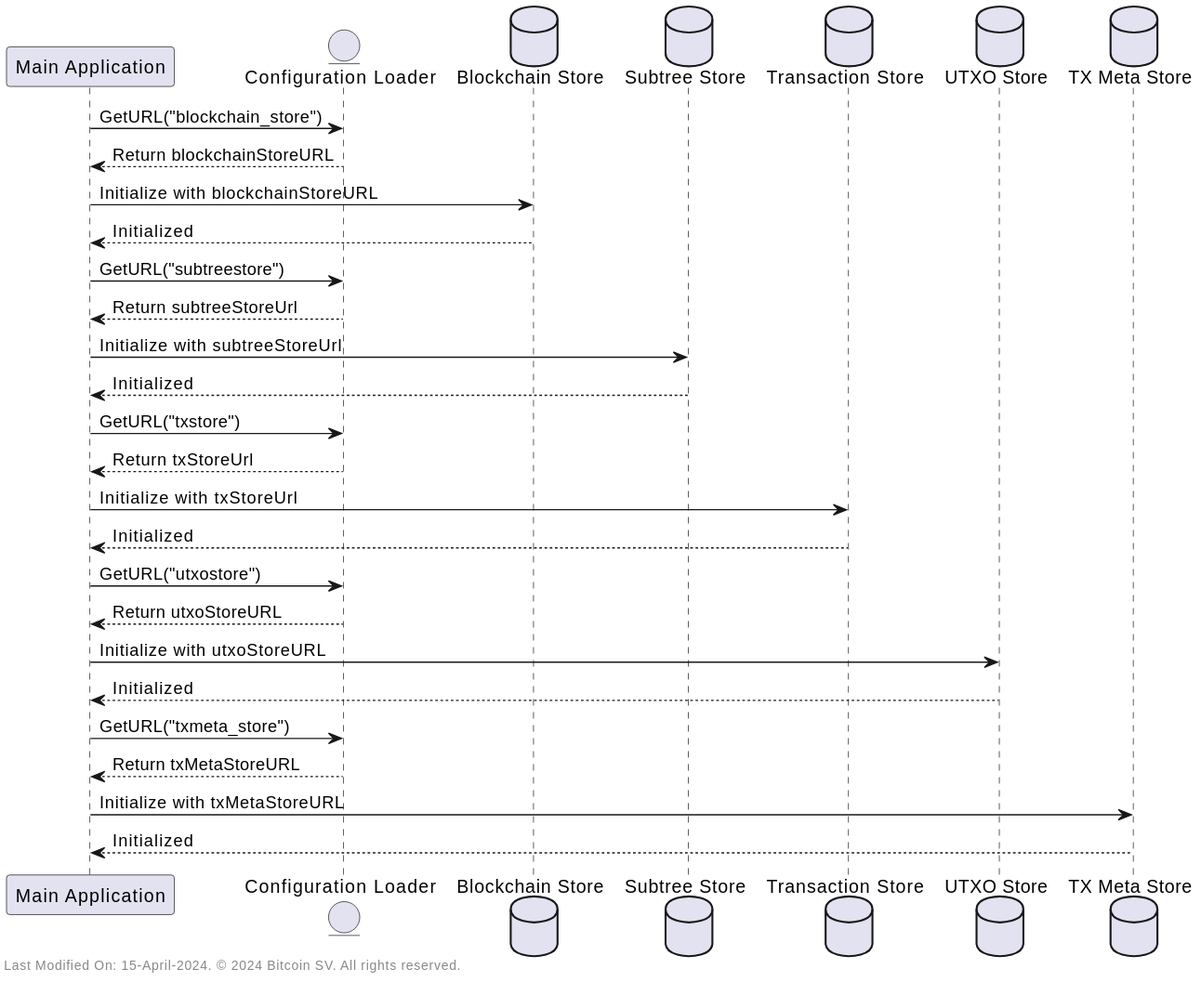
The PlantUML diagram docs/commands/img/plantuml/utxo_blaster_worker.svg in freemans13/teranode, before a commit. Its source is kept beside it as docs/commands/img/plantuml/utxo_blaster_worker.puml.
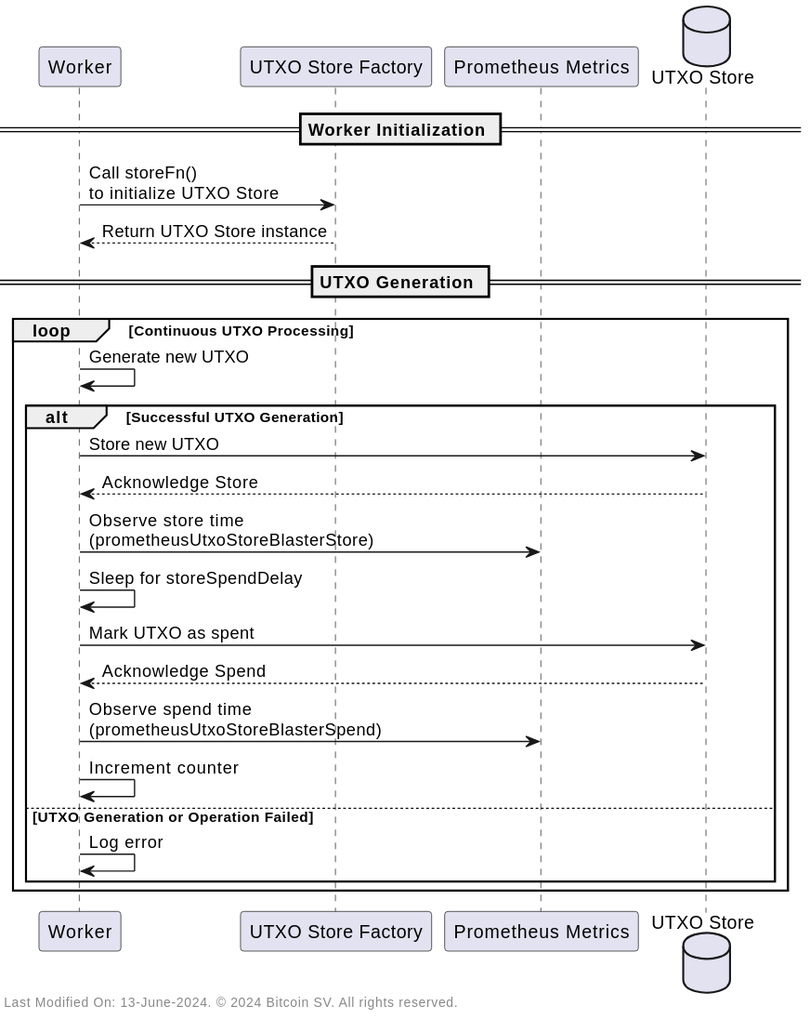
After the commit.

What changed in the source:
```diff
@@ -29,6 +29,6 @@
     end
 end
 
-left footer " Last Modified On: 15-April-2024. © 2024 Bitcoin SV. All rights reserved."
+left footer " Last Modified On: 13-June-2024. © 2024 Bitcoin SV. All rights reserved."
 
 @enduml
```
